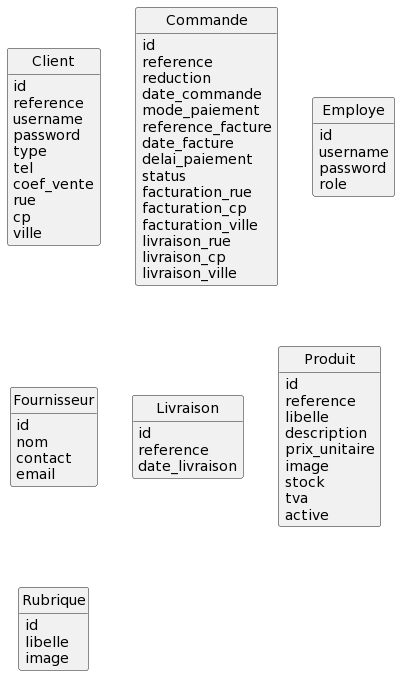
Tsuihakuwu/GreenVillage keeps this PlantUML diagram as puml/index.png. Above is the earlier version. Source of this version:
```plantuml
@startuml
class Client {
	id
	reference
	username
	password
	type
	tel
	coef_vente
	rue
	cp
	ville
}

class Commande {
	id
	reference
	reduction
	date_commande
	mode_paiement
	reference_facture
	date_facture
	delai_paiement
	status
	facturation_rue
	facturation_cp
	facturation_ville
	livraison_rue
	livraison_cp
	livraison_ville
}

class Employe {
	id
	username
	password
	role
}

class Fournisseur {
	id
	nom
	contact
	email
}

class Livraison {
	id
	reference
	date_livraison
}

class Produit {
	id
	reference
	libelle
	description
	prix_unitaire
	image
	stock
	tva
	active
}

class Rubrique {
	id
	libelle
	image
}



hide methods
hide circle
@enduml
```
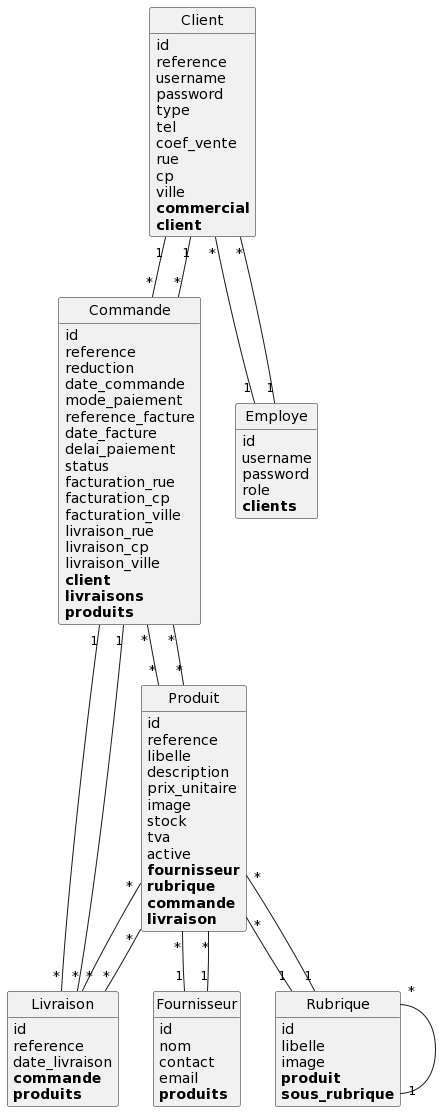
The same diagram one commit later.

Change to the diagram source:
```diff
@@ -10,6 +10,8 @@
 	rue
 	cp
 	ville
+	**commercial**
+	**client**
 }
 
 class Commande {
@@ -28,6 +30,9 @@
 	livraison_rue
 	livraison_cp
 	livraison_ville
+	**client**
+	**livraisons**
+	**produits**
 }
 
 class Employe {
@@ -35,6 +40,7 @@
 	username
 	password
 	role
+	**clients**
 }
 
 class Fournisseur {
@@ -42,12 +48,15 @@
 	nom
 	contact
 	email
+	**produits**
 }
 
 class Livraison {
 	id
 	reference
 	date_livraison
+	**commande**
+	**produits**
 }
 
 class Produit {
@@ -60,14 +69,35 @@
 	stock
 	tva
 	active
+	**fournisseur**
+	**rubrique**
+	**commande**
+	**livraison**
 }
 
 class Rubrique {
 	id
 	libelle
 	image
+	**produit**
+	**sous_rubrique**
 }
 
+Client "*"--"1" Employe
+Client "1"--"*" Commande
+Commande "*"--"1" Client
+Commande "1"--"*" Livraison
+Commande "*"--"*" Produit
+Employe "1"--"*" Client
+Fournisseur "1"--"*" Produit
+Livraison "*"--"1" Commande
+Livraison "*"--"*" Produit
+Produit "*"--"1" Fournisseur
+Produit "*"--"1" Rubrique
+Produit "*"--"*" Commande
+Produit "*"--"*" Livraison
+Rubrique "1"--"*" Produit
+Rubrique "*"--"1" Rubrique
 
 
 hide methods
```
